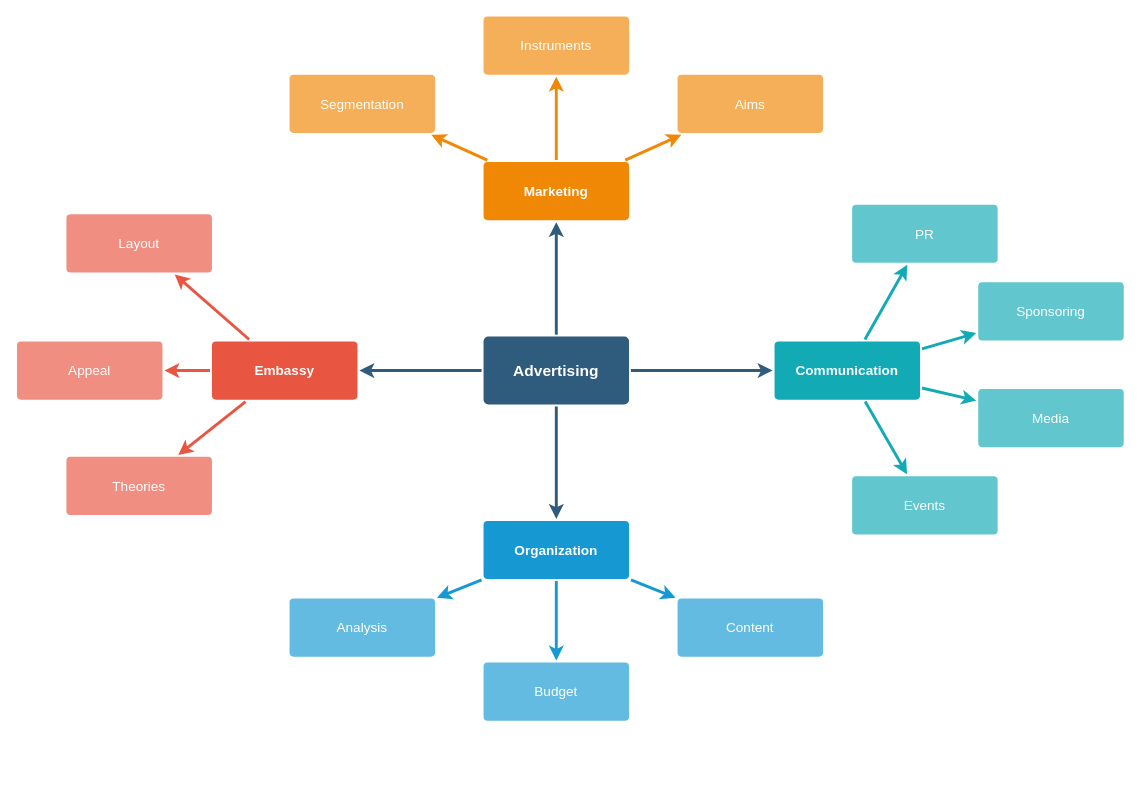
This is Webweb.drawio from laurelyn/laurelyn.github.io, a draw.io file, before an edit. Source tidied: cells renumbered, new cells numbered last; positions are measured from the earlier drawing's top-left corner, leaving out a move shared by most shapes. Both pictures are drawn from the tidied source at 97%, with x=0, y=0 at pixel (16, 16).
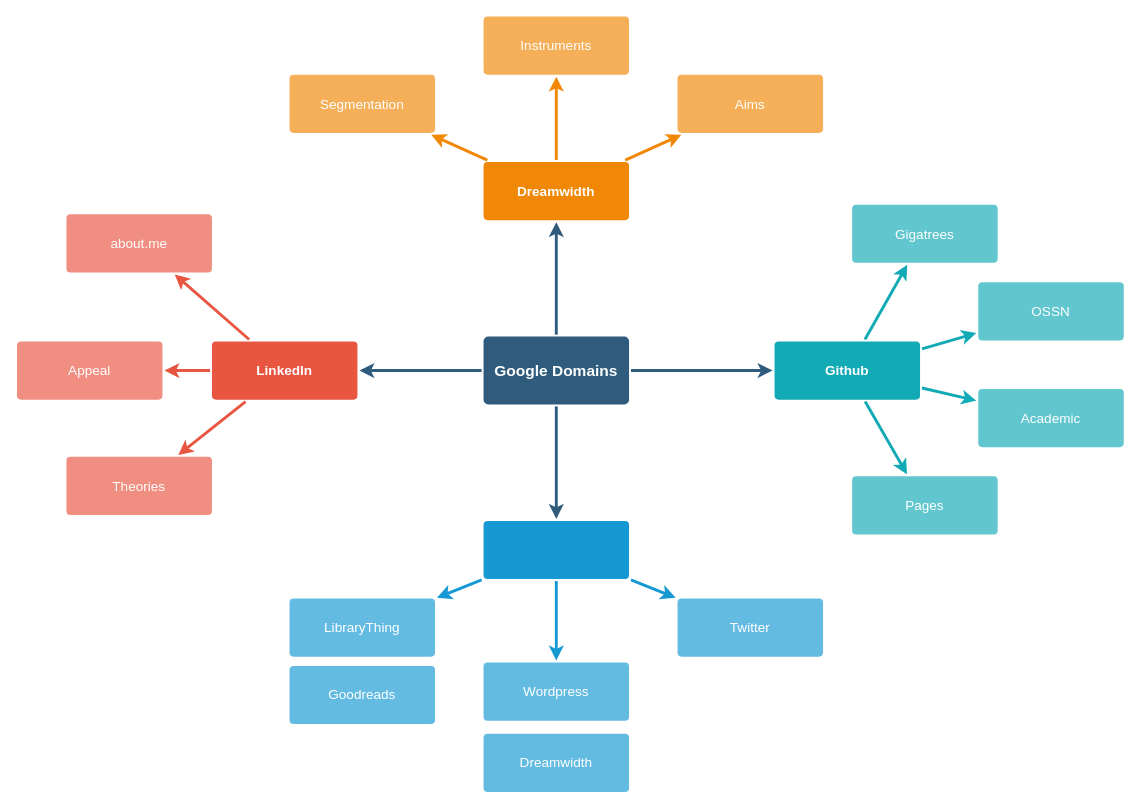
The same page after the edit.

What changed in the source:
```diff
@@
-    <mxCell id="6" value="Advertising" style="rounded=1;whiteSpace=wrap;html=1;shadow=0;labelBackgroundColor=none;strokeColor=none;strokeWidth=3;fillColor=#2F5B7C;fontFamily=Helvetica;fontSize=16;fontColor=#FFFFFF;align=center;fontStyle=1;spacing=5;arcSize=7;perimeterSpacing=2;" parent="1" vertex="1">
+    <mxCell id="6" value="&lt;font style=&quot;font-size: 16px&quot;&gt;Google Domains&lt;/font&gt;" style="rounded=1;whiteSpace=wrap;html=1;shadow=0;labelBackgroundColor=none;strokeColor=none;strokeWidth=3;fillColor=#2F5B7C;fontFamily=Helvetica;fontSize=16;fontColor=#FFFFFF;align=center;fontStyle=1;spacing=5;arcSize=7;perimeterSpacing=2;" parent="1" vertex="1">
       <mxGeometry x="481" y="330.5" width="150" height="70" as="geometry" />
     </mxCell>
@@
-    <mxCell id="10" value="Embassy" style="rounded=1;whiteSpace=wrap;html=1;shadow=0;labelBackgroundColor=none;strokeColor=none;strokeWidth=3;fillColor=#e85642;fontFamily=Helvetica;fontSize=14;fontColor=#FFFFFF;align=center;spacing=5;fontStyle=1;arcSize=7;perimeterSpacing=2;" parent="1" vertex="1">
+    <mxCell id="10" value="LinkedIn" style="rounded=1;whiteSpace=wrap;html=1;shadow=0;labelBackgroundColor=none;strokeColor=none;strokeWidth=3;fillColor=#e85642;fontFamily=Helvetica;fontSize=14;fontColor=#FFFFFF;align=center;spacing=5;fontStyle=1;arcSize=7;perimeterSpacing=2;" parent="1" vertex="1">
       <mxGeometry x="201" y="335.5" width="150" height="60" as="geometry" />
     </mxCell>
@@
-    <mxCell id="13" value="Layout" style="rounded=1;whiteSpace=wrap;html=1;shadow=0;labelBackgroundColor=none;strokeColor=none;strokeWidth=3;fillColor=#f08e81;fontFamily=Helvetica;fontSize=14;fontColor=#FFFFFF;align=center;spacing=5;fontStyle=0;arcSize=7;perimeterSpacing=2;" parent="1" vertex="1">
+    <mxCell id="13" value="about.me" style="rounded=1;whiteSpace=wrap;html=1;shadow=0;labelBackgroundColor=none;strokeColor=none;strokeWidth=3;fillColor=#f08e81;fontFamily=Helvetica;fontSize=14;fontColor=#FFFFFF;align=center;spacing=5;fontStyle=0;arcSize=7;perimeterSpacing=2;" parent="1" vertex="1">
       <mxGeometry x="51" y="204.5" width="150" height="60" as="geometry" />
     </mxCell>
@@
-    <mxCell id="17" value="Organization" style="rounded=1;whiteSpace=wrap;html=1;shadow=0;labelBackgroundColor=none;strokeColor=none;strokeWidth=3;fillColor=#1699d3;fontFamily=Helvetica;fontSize=14;fontColor=#FFFFFF;align=center;spacing=5;fontStyle=1;arcSize=7;perimeterSpacing=2;" parent="1" vertex="1">
+    <mxCell id="17" style="rounded=1;whiteSpace=wrap;html=1;shadow=0;labelBackgroundColor=none;strokeColor=none;strokeWidth=3;fillColor=#1699d3;fontFamily=Helvetica;fontSize=14;fontColor=#FFFFFF;align=center;spacing=5;fontStyle=1;arcSize=7;perimeterSpacing=2;" parent="1" vertex="1">
       <mxGeometry x="481" y="520.5" width="150" height="60" as="geometry" />
     </mxCell>
-    <mxCell id="18" value="Content" style="rounded=1;whiteSpace=wrap;html=1;shadow=0;labelBackgroundColor=none;strokeColor=none;strokeWidth=3;fillColor=#64bbe2;fontFamily=Helvetica;fontSize=14;fontColor=#FFFFFF;align=center;spacing=5;arcSize=7;perimeterSpacing=2;" parent="1" vertex="1">
+    <mxCell id="18" value="&lt;span style=&quot;white-space: normal&quot;&gt;Twitter&lt;/span&gt;" style="rounded=1;whiteSpace=wrap;html=1;shadow=0;labelBackgroundColor=none;strokeColor=none;strokeWidth=3;fillColor=#64bbe2;fontFamily=Helvetica;fontSize=14;fontColor=#FFFFFF;align=center;spacing=5;arcSize=7;perimeterSpacing=2;" parent="1" vertex="1">
       <mxGeometry x="681" y="600.5" width="150" height="60" as="geometry" />
     </mxCell>
-    <mxCell id="19" value="Budget" style="rounded=1;whiteSpace=wrap;html=1;shadow=0;labelBackgroundColor=none;strokeColor=none;strokeWidth=3;fillColor=#64bbe2;fontFamily=Helvetica;fontSize=14;fontColor=#FFFFFF;align=center;spacing=5;arcSize=7;perimeterSpacing=2;" parent="1" vertex="1">
+    <mxCell id="19" value="Wordpress" style="rounded=1;whiteSpace=wrap;html=1;shadow=0;labelBackgroundColor=none;strokeColor=none;strokeWidth=3;fillColor=#64bbe2;fontFamily=Helvetica;fontSize=14;fontColor=#FFFFFF;align=center;spacing=5;arcSize=7;perimeterSpacing=2;" parent="1" vertex="1">
       <mxGeometry x="481" y="666.5" width="150" height="60" as="geometry" />
     </mxCell>
-    <mxCell id="20" value="Analysis" style="rounded=1;whiteSpace=wrap;html=1;shadow=0;labelBackgroundColor=none;strokeColor=none;strokeWidth=3;fillColor=#64bbe2;fontFamily=Helvetica;fontSize=14;fontColor=#FFFFFF;align=center;spacing=5;arcSize=7;perimeterSpacing=2;" parent="1" vertex="1">
+    <mxCell id="20" value="LibraryThing" style="rounded=1;whiteSpace=wrap;html=1;shadow=0;labelBackgroundColor=none;strokeColor=none;strokeWidth=3;fillColor=#64bbe2;fontFamily=Helvetica;fontSize=14;fontColor=#FFFFFF;align=center;spacing=5;arcSize=7;perimeterSpacing=2;" parent="1" vertex="1">
       <mxGeometry x="281" y="600.5" width="150" height="60" as="geometry" />
     </mxCell>
-    <mxCell id="21" value="Marketing" style="rounded=1;whiteSpace=wrap;html=1;shadow=0;labelBackgroundColor=none;strokeColor=none;strokeWidth=3;fillColor=#F08705;fontFamily=Helvetica;fontSize=14;fontColor=#FFFFFF;align=center;spacing=5;fontStyle=1;arcSize=7;perimeterSpacing=2;" parent="1" vertex="1">
+    <mxCell id="21" value="Dreamwidth" style="rounded=1;whiteSpace=wrap;html=1;shadow=0;labelBackgroundColor=none;strokeColor=none;strokeWidth=3;fillColor=#F08705;fontFamily=Helvetica;fontSize=14;fontColor=#FFFFFF;align=center;spacing=5;fontStyle=1;arcSize=7;perimeterSpacing=2;" parent="1" vertex="1">
       <mxGeometry x="481" y="150.5" width="150" height="60" as="geometry" />
     </mxCell>
@@
-    <mxCell id="28" value="Communication" style="rounded=1;whiteSpace=wrap;html=1;shadow=0;labelBackgroundColor=none;strokeColor=none;strokeWidth=3;fillColor=#12aab5;fontFamily=Helvetica;fontSize=14;fontColor=#FFFFFF;align=center;spacing=5;fontStyle=1;arcSize=7;perimeterSpacing=2;" parent="1" vertex="1">
+    <mxCell id="28" value="Github" style="rounded=1;whiteSpace=wrap;html=1;shadow=0;labelBackgroundColor=none;strokeColor=none;strokeWidth=3;fillColor=#12aab5;fontFamily=Helvetica;fontSize=14;fontColor=#FFFFFF;align=center;spacing=5;fontStyle=1;arcSize=7;perimeterSpacing=2;" parent="1" vertex="1">
       <mxGeometry x="781" y="335.5" width="150" height="60" as="geometry" />
     </mxCell>
-    <mxCell id="29" value="Events" style="rounded=1;whiteSpace=wrap;html=1;shadow=0;labelBackgroundColor=none;strokeColor=none;strokeWidth=3;fillColor=#61c6ce;fontFamily=Helvetica;fontSize=14;fontColor=#FFFFFF;align=center;spacing=5;fontStyle=0;arcSize=7;perimeterSpacing=2;" parent="1" vertex="1">
+    <mxCell id="29" value="Pages" style="rounded=1;whiteSpace=wrap;html=1;shadow=0;labelBackgroundColor=none;strokeColor=none;strokeWidth=3;fillColor=#61c6ce;fontFamily=Helvetica;fontSize=14;fontColor=#FFFFFF;align=center;spacing=5;fontStyle=0;arcSize=7;perimeterSpacing=2;" parent="1" vertex="1">
       <mxGeometry x="861" y="474.5" width="150" height="60" as="geometry" />
     </mxCell>
@@
-    <mxCell id="31" value="Media" style="rounded=1;whiteSpace=wrap;html=1;shadow=0;labelBackgroundColor=none;strokeColor=none;strokeWidth=3;fillColor=#61c6ce;fontFamily=Helvetica;fontSize=14;fontColor=#FFFFFF;align=center;spacing=5;fontStyle=0;arcSize=7;perimeterSpacing=2;" parent="1" vertex="1">
+    <mxCell id="31" value="Academic" style="rounded=1;whiteSpace=wrap;html=1;shadow=0;labelBackgroundColor=none;strokeColor=none;strokeWidth=3;fillColor=#61c6ce;fontFamily=Helvetica;fontSize=14;fontColor=#FFFFFF;align=center;spacing=5;fontStyle=0;arcSize=7;perimeterSpacing=2;" parent="1" vertex="1">
       <mxGeometry x="991" y="384.5" width="150" height="60" as="geometry" />
     </mxCell>
@@
-    <mxCell id="33" value="Sponsoring" style="rounded=1;whiteSpace=wrap;html=1;shadow=0;labelBackgroundColor=none;strokeColor=none;strokeWidth=3;fillColor=#61c6ce;fontFamily=Helvetica;fontSize=14;fontColor=#FFFFFF;align=center;spacing=5;fontStyle=0;arcSize=7;perimeterSpacing=2;" parent="1" vertex="1">
+    <mxCell id="33" value="OSSN" style="rounded=1;whiteSpace=wrap;html=1;shadow=0;labelBackgroundColor=none;strokeColor=none;strokeWidth=3;fillColor=#61c6ce;fontFamily=Helvetica;fontSize=14;fontColor=#FFFFFF;align=center;spacing=5;fontStyle=0;arcSize=7;perimeterSpacing=2;" parent="1" vertex="1">
       <mxGeometry x="991" y="274.5" width="150" height="60" as="geometry" />
     </mxCell>
@@
-    <mxCell id="35" value="PR" style="rounded=1;whiteSpace=wrap;html=1;shadow=0;labelBackgroundColor=none;strokeColor=none;strokeWidth=3;fillColor=#61c6ce;fontFamily=Helvetica;fontSize=14;fontColor=#FFFFFF;align=center;spacing=5;fontStyle=0;arcSize=7;perimeterSpacing=2;" parent="1" vertex="1">
+    <mxCell id="35" value="Gigatrees" style="rounded=1;whiteSpace=wrap;html=1;shadow=0;labelBackgroundColor=none;strokeColor=none;strokeWidth=3;fillColor=#61c6ce;fontFamily=Helvetica;fontSize=14;fontColor=#FFFFFF;align=center;spacing=5;fontStyle=0;arcSize=7;perimeterSpacing=2;" parent="1" vertex="1">
       <mxGeometry x="861" y="194.5" width="150" height="60" as="geometry" />
     </mxCell>
@@
+    <mxCell id="37" value="Goodreads" style="rounded=1;whiteSpace=wrap;html=1;shadow=0;labelBackgroundColor=none;strokeColor=none;strokeWidth=3;fillColor=#64bbe2;fontFamily=Helvetica;fontSize=14;fontColor=#FFFFFF;align=center;spacing=5;arcSize=7;perimeterSpacing=2;" parent="1" vertex="1">
+      <mxGeometry x="281" y="670" width="150" height="60" as="geometry" />
+    </mxCell>
+    <mxCell id="38" value="Dreamwidth" style="rounded=1;whiteSpace=wrap;html=1;shadow=0;labelBackgroundColor=none;strokeColor=none;strokeWidth=3;fillColor=#64bbe2;fontFamily=Helvetica;fontSize=14;fontColor=#FFFFFF;align=center;spacing=5;arcSize=7;perimeterSpacing=2;" parent="1" vertex="1">
+      <mxGeometry x="481" y="740" width="150" height="60" as="geometry" />
+    </mxCell>
```
